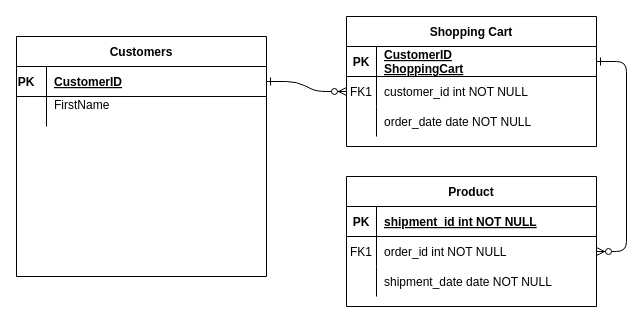
Above: Untitled Diagram.drawio in NotNanetteKaye/EntityDiagram (draw.io), before the change. Source tidied: cells renumbered, new cells numbered last; positions are measured from the earlier drawing's top-left corner, leaving out a move shared by most shapes. Both pictures are drawn from the tidied source at 100%, with x=0, y=0 at pixel (16, 16).
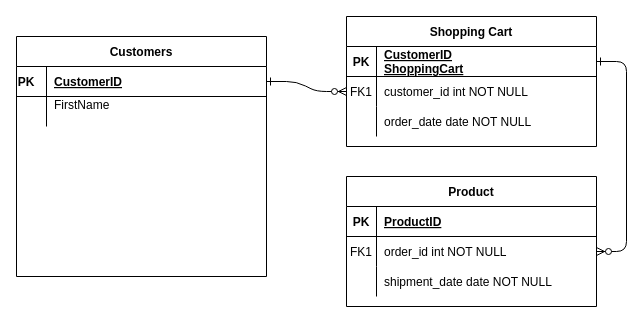
The same diagram, later.

Commit message:
added PK to Product Table

Unchanged cells that the change refers to:
```xml
<mxCell id="15" style="shape=partialRectangle;fillColor=none;top=0;left=0;right=0;bottom=1;" parent="14" vertex="1">
  <mxGeometry y="30" width="250" height="30" as="geometry" />
</mxCell>
```

The edit, as a diff of the source:
```diff
@@
-    <mxCell id="17" value="shipment_id int NOT NULL " style="shape=partialRectangle;overflow=hidden;fillColor=none;top=0;left=0;bottom=0;right=0;align=left;spacingLeft=6;fontStyle=5;" parent="15" vertex="1">
+    <mxCell id="17" value="ProductID" style="shape=partialRectangle;overflow=hidden;fillColor=none;top=0;left=0;bottom=0;right=0;align=left;spacingLeft=6;fontStyle=5;" parent="15" vertex="1">
       <mxGeometry x="30" width="220" height="30" as="geometry" />
     </mxCell>
```
